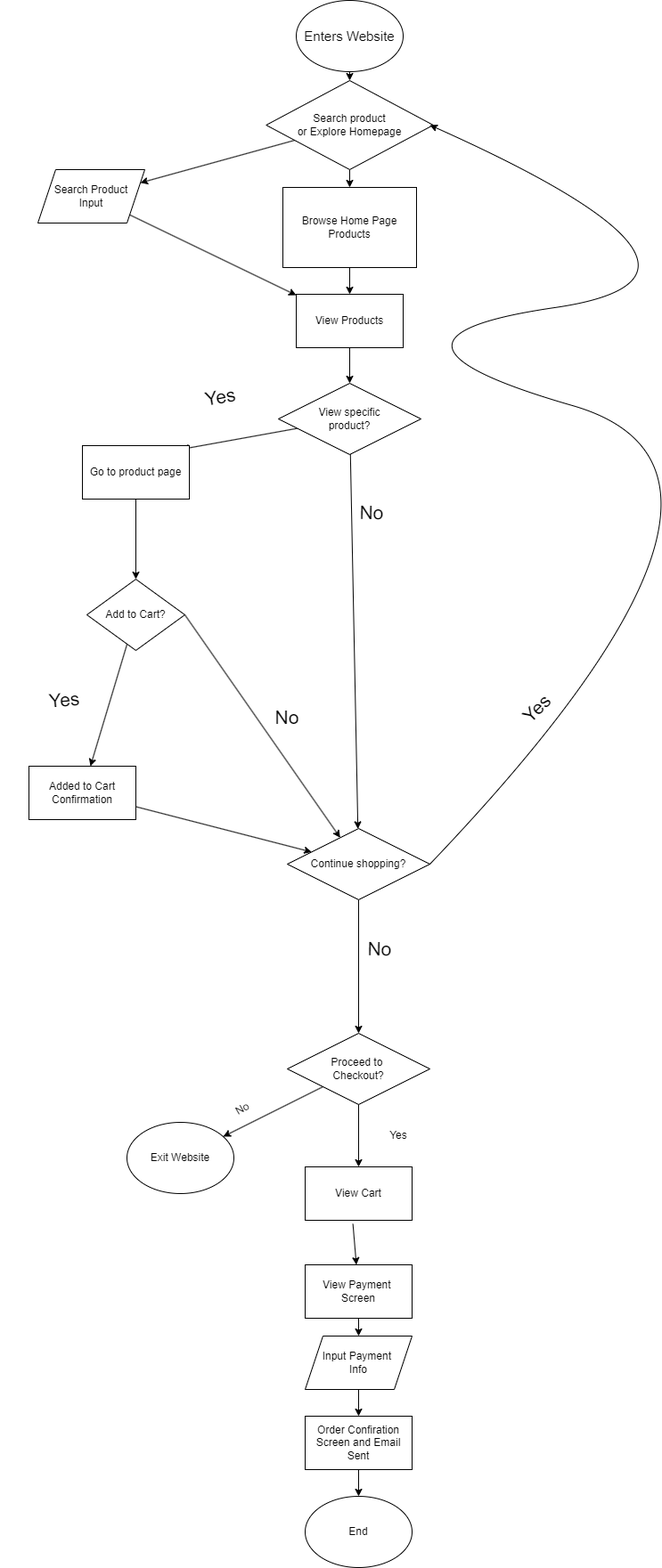
Earlier version of the draw.io export explore/diagramming/diagram.drawio.png (InvertedVoice/sp25-cse110-lab4). Source tidied: cells renumbered, new cells last; positions are measured from the earlier drawing's top-left corner, leaving out a move shared by most shapes. The source it was exported from:
```xml
<mxGraphModel>
  <root>
    <mxCell id="0" />
    <mxCell id="1" parent="0" />
    <mxCell id="2" style="edgeStyle=none;html=1;" parent="1" edge="1" source="3" target="6">
      <mxGeometry relative="1" as="geometry" />
    </mxCell>
    <mxCell id="3" value="&lt;font style=&quot;font-size: 15px;&quot;&gt;Enters Website&lt;/font&gt;" style="ellipse;whiteSpace=wrap;html=1;" parent="1" vertex="1">
      <mxGeometry x="330" width="120" height="80" as="geometry" />
    </mxCell>
    <mxCell id="4" style="edgeStyle=none;html=1;" parent="1" edge="1" source="6" target="8">
      <mxGeometry relative="1" as="geometry" />
    </mxCell>
    <mxCell id="5" style="edgeStyle=none;html=1;" parent="1" edge="1" source="6" target="10">
      <mxGeometry relative="1" as="geometry" />
    </mxCell>
    <mxCell id="6" value="Search product&lt;div&gt;or Explore Homepage&lt;/div&gt;" style="rhombus;whiteSpace=wrap;html=1;" parent="1" vertex="1">
      <mxGeometry x="296.2" y="90" width="187.5" height="100" as="geometry" />
    </mxCell>
    <mxCell id="7" style="edgeStyle=none;html=1;" parent="1" edge="1" source="8" target="12">
      <mxGeometry relative="1" as="geometry" />
    </mxCell>
    <mxCell id="8" value="Search Product&lt;div&gt;Input&lt;/div&gt;" style="shape=parallelogram;perimeter=parallelogramPerimeter;whiteSpace=wrap;html=1;fixedSize=1;" parent="1" vertex="1">
      <mxGeometry x="40" y="190" width="120" height="60" as="geometry" />
    </mxCell>
    <mxCell id="9" style="edgeStyle=none;html=1;entryX=0.5;entryY=0;entryDx=0;entryDy=0;" parent="1" edge="1" source="10" target="12">
      <mxGeometry relative="1" as="geometry" />
    </mxCell>
    <mxCell id="10" value="Browse Home Page&lt;div&gt;Products&lt;/div&gt;" style="rounded=0;whiteSpace=wrap;html=1;" parent="1" vertex="1">
      <mxGeometry x="315" y="210" width="150" height="90" as="geometry" />
    </mxCell>
    <mxCell id="11" style="edgeStyle=none;html=1;" parent="1" edge="1" source="12" target="28">
      <mxGeometry relative="1" as="geometry" />
    </mxCell>
    <mxCell id="12" value="View Products" style="rounded=0;whiteSpace=wrap;html=1;" parent="1" vertex="1">
      <mxGeometry x="330" y="330" width="120" height="60" as="geometry" />
    </mxCell>
    <mxCell id="13" value="End" style="ellipse;whiteSpace=wrap;html=1;" parent="1" vertex="1">
      <mxGeometry x="340" y="1680" width="120" height="80" as="geometry" />
    </mxCell>
    <mxCell id="14" style="edgeStyle=none;html=1;" parent="1" edge="1" source="15" target="13">
      <mxGeometry relative="1" as="geometry" />
    </mxCell>
    <mxCell id="15" value="Order Confiration Screen and Email Sent" style="rounded=0;whiteSpace=wrap;html=1;" parent="1" vertex="1">
      <mxGeometry x="340" y="1590" width="120" height="60" as="geometry" />
    </mxCell>
    <mxCell id="16" style="edgeStyle=none;html=1;" parent="1" edge="1" source="17" target="15">
      <mxGeometry relative="1" as="geometry" />
    </mxCell>
    <mxCell id="17" value="Input Payment&amp;nbsp;&lt;div&gt;Info&lt;/div&gt;" style="shape=parallelogram;perimeter=parallelogramPerimeter;whiteSpace=wrap;html=1;fixedSize=1;" parent="1" vertex="1">
      <mxGeometry x="340" y="1500" width="120" height="60" as="geometry" />
    </mxCell>
    <mxCell id="18" style="edgeStyle=none;html=1;" parent="1" edge="1" source="19" target="17">
      <mxGeometry relative="1" as="geometry" />
    </mxCell>
    <mxCell id="19" value="View Payment&amp;nbsp;&lt;div&gt;Screen&lt;/div&gt;" style="rounded=0;whiteSpace=wrap;html=1;" parent="1" vertex="1">
      <mxGeometry x="340" y="1420" width="120" height="60" as="geometry" />
    </mxCell>
    <mxCell id="20" style="edgeStyle=none;html=1;exitX=0.447;exitY=1.069;exitDx=0;exitDy=0;exitPerimeter=0;" parent="1" edge="1" source="21" target="19">
      <mxGeometry relative="1" as="geometry" />
    </mxCell>
    <mxCell id="21" value="View Cart" style="rounded=0;whiteSpace=wrap;html=1;" parent="1" vertex="1">
      <mxGeometry x="340" y="1310" width="120" height="60" as="geometry" />
    </mxCell>
    <mxCell id="22" style="edgeStyle=none;html=1;" parent="1" edge="1" source="24" target="25">
      <mxGeometry relative="1" as="geometry" />
    </mxCell>
    <mxCell id="23" style="edgeStyle=none;html=1;" parent="1" edge="1" source="24" target="21">
      <mxGeometry relative="1" as="geometry" />
    </mxCell>
    <mxCell id="24" value="Proceed to&amp;nbsp;&lt;div&gt;Checkout?&lt;/div&gt;" style="rhombus;whiteSpace=wrap;html=1;" parent="1" vertex="1">
      <mxGeometry x="320" y="1160" width="160" height="80" as="geometry" />
    </mxCell>
    <mxCell id="25" value="Exit Website" style="ellipse;whiteSpace=wrap;html=1;" parent="1" vertex="1">
      <mxGeometry x="140" y="1260" width="120" height="80" as="geometry" />
    </mxCell>
    <mxCell id="26" style="edgeStyle=none;html=1;entryX=0.928;entryY=0.067;entryDx=0;entryDy=0;entryPerimeter=0;" parent="1" edge="1" source="28" target="30">
      <mxGeometry relative="1" as="geometry" />
    </mxCell>
    <mxCell id="27" style="edgeStyle=none;html=1;" parent="1" edge="1" source="28" target="33">
      <mxGeometry relative="1" as="geometry" />
    </mxCell>
    <mxCell id="28" value="View specific&lt;div&gt;product?&lt;/div&gt;" style="rhombus;whiteSpace=wrap;html=1;" parent="1" vertex="1">
      <mxGeometry x="310" y="430" width="160" height="80" as="geometry" />
    </mxCell>
    <mxCell id="29" style="edgeStyle=none;html=1;" parent="1" edge="1" source="30" target="39">
      <mxGeometry relative="1" as="geometry" />
    </mxCell>
    <mxCell id="30" value="Go to product page" style="rounded=0;whiteSpace=wrap;html=1;" parent="1" vertex="1">
      <mxGeometry x="90" y="500" width="120" height="60" as="geometry" />
    </mxCell>
    <mxCell id="31" value="No" style="text;html=1;align=center;verticalAlign=middle;whiteSpace=wrap;rounded=0;rotation=-30;" parent="1" vertex="1">
      <mxGeometry x="240" y="1230" width="60" height="30" as="geometry" />
    </mxCell>
    <mxCell id="32" style="edgeStyle=none;html=1;" parent="1" edge="1" source="33" target="24">
      <mxGeometry relative="1" as="geometry" />
    </mxCell>
    <mxCell id="33" value="Continue shopping?" style="rhombus;whiteSpace=wrap;html=1;" parent="1" vertex="1">
      <mxGeometry x="320" y="930" width="160" height="80" as="geometry" />
    </mxCell>
    <mxCell id="34" value="Yes" style="text;html=1;align=center;verticalAlign=middle;whiteSpace=wrap;rounded=0;rotation=0;" parent="1" vertex="1">
      <mxGeometry x="415" y="1260" width="60" height="30" as="geometry" />
    </mxCell>
    <mxCell id="35" style="curved=1;endArrow=classic;html=1;entryX=1;entryY=0.5;entryDx=0;entryDy=0;exitX=1;exitY=0.5;exitDx=0;exitDy=0;" parent="1" edge="1" source="33">
      <mxGeometry relative="1" as="geometry">
        <mxPoint x="480" y="140" as="targetPoint" />
        <Array as="points">
          <mxPoint x="900" y="530" />
          <mxPoint x="380" y="380" />
          <mxPoint x="860" y="310" />
        </Array>
      </mxGeometry>
    </mxCell>
    <mxCell id="36" value="&lt;font style=&quot;font-size: 21px;&quot;&gt;Yes&lt;/font&gt;" style="text;html=1;align=center;verticalAlign=middle;whiteSpace=wrap;rounded=0;rotation=-45;" parent="1" vertex="1">
      <mxGeometry x="530" y="760" width="140" height="70" as="geometry" />
    </mxCell>
    <mxCell id="37" value="&lt;font style=&quot;font-size: 21px;&quot;&gt;No&lt;/font&gt;" style="text;html=1;align=center;verticalAlign=middle;whiteSpace=wrap;rounded=0;rotation=1;" parent="1" vertex="1">
      <mxGeometry x="353.8" y="1030" width="140" height="70" as="geometry" />
    </mxCell>
    <mxCell id="38" style="edgeStyle=none;html=1;" parent="1" edge="1" source="39" target="43">
      <mxGeometry relative="1" as="geometry" />
    </mxCell>
    <mxCell id="39" value="Add to Cart?" style="rhombus;whiteSpace=wrap;html=1;" parent="1" vertex="1">
      <mxGeometry x="95" y="650" width="110" height="80" as="geometry" />
    </mxCell>
    <mxCell id="40" value="&lt;font style=&quot;font-size: 21px;&quot;&gt;No&lt;/font&gt;" style="text;html=1;align=center;verticalAlign=middle;whiteSpace=wrap;rounded=0;rotation=1;" parent="1" vertex="1">
      <mxGeometry x="345" y="540" width="140" height="70" as="geometry" />
    </mxCell>
    <mxCell id="41" value="&lt;font style=&quot;font-size: 21px;&quot;&gt;Yes&lt;/font&gt;" style="text;html=1;align=center;verticalAlign=middle;whiteSpace=wrap;rounded=0;rotation=-10;" parent="1" vertex="1">
      <mxGeometry x="175" y="410" width="140" height="70" as="geometry" />
    </mxCell>
    <mxCell id="42" style="edgeStyle=none;html=1;" parent="1" edge="1" source="43" target="33">
      <mxGeometry relative="1" as="geometry" />
    </mxCell>
    <mxCell id="43" value="Added to Cart Confirmation" style="rounded=0;whiteSpace=wrap;html=1;" parent="1" vertex="1">
      <mxGeometry x="30" y="860" width="120" height="60" as="geometry" />
    </mxCell>
    <mxCell id="44" value="&lt;font style=&quot;font-size: 21px;&quot;&gt;Yes&lt;/font&gt;" style="text;html=1;align=center;verticalAlign=middle;whiteSpace=wrap;rounded=0;rotation=-5;" parent="1" vertex="1">
      <mxGeometry y="750" width="140" height="70" as="geometry" />
    </mxCell>
    <mxCell id="45" style="endArrow=classic;html=1;exitX=1;exitY=0.5;exitDx=0;exitDy=0;" parent="1" edge="1" source="39" target="33">
      <mxGeometry relative="1" as="geometry" />
    </mxCell>
    <mxCell id="46" value="&lt;font style=&quot;font-size: 21px;&quot;&gt;No&lt;/font&gt;" style="text;html=1;align=center;verticalAlign=middle;whiteSpace=wrap;rounded=0;rotation=0;" parent="1" vertex="1">
      <mxGeometry x="250" y="770" width="140" height="70" as="geometry" />
    </mxCell>
  </root>
</mxGraphModel>
```
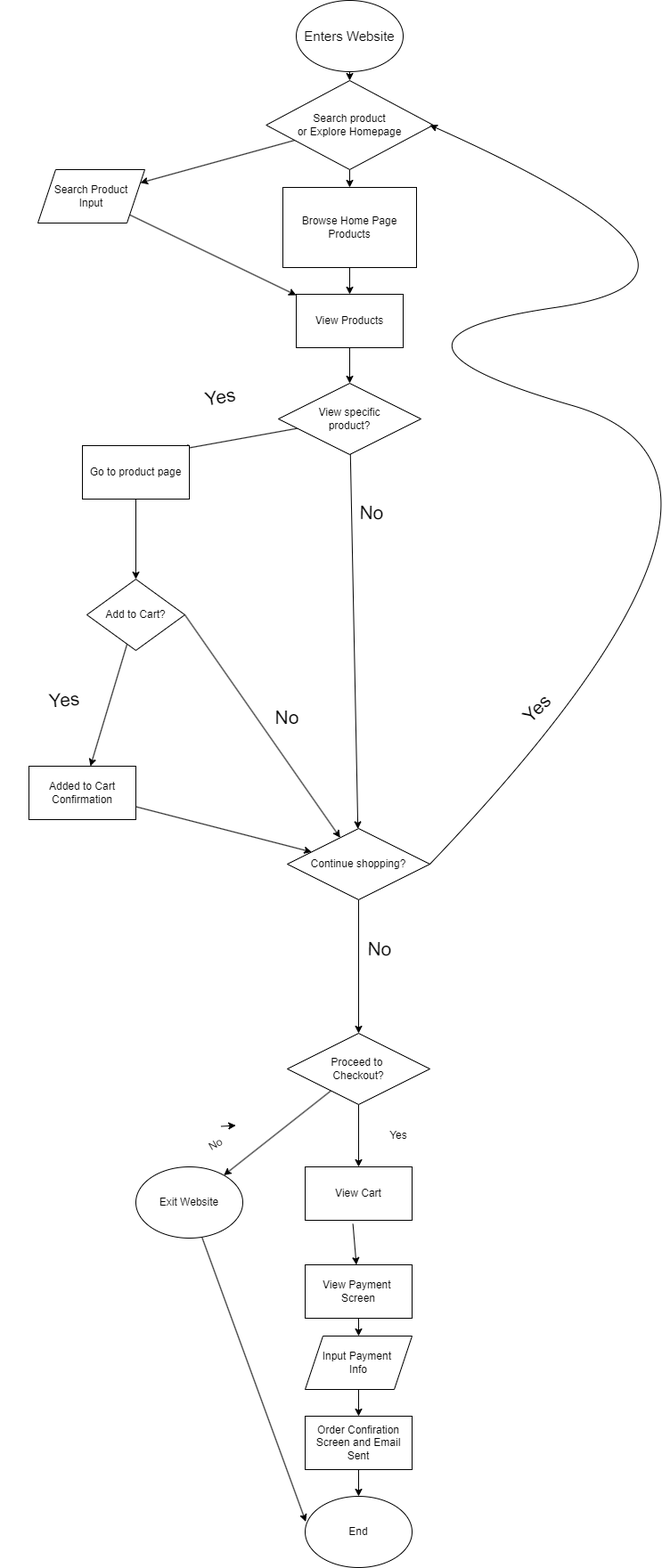
After the change.

Diff of the diagram source:
```diff
@@ -71,8 +71,11 @@
     <mxCell id="24" value="Proceed to&amp;nbsp;&lt;div&gt;Checkout?&lt;/div&gt;" style="rhombus;whiteSpace=wrap;html=1;" parent="1" vertex="1">
       <mxGeometry x="320" y="1160" width="160" height="80" as="geometry" />
     </mxCell>
+    <mxCell id="47" style="edgeStyle=none;html=1;entryX=0.006;entryY=0.356;entryDx=0;entryDy=0;entryPerimeter=0;" parent="1" edge="1" source="25" target="13">
+      <mxGeometry relative="1" as="geometry" />
+    </mxCell>
     <mxCell id="25" value="Exit Website" style="ellipse;whiteSpace=wrap;html=1;" parent="1" vertex="1">
-      <mxGeometry x="140" y="1260" width="120" height="80" as="geometry" />
+      <mxGeometry x="150" y="1310" width="120" height="80" as="geometry" />
     </mxCell>
     <mxCell id="26" style="edgeStyle=none;html=1;entryX=0.928;entryY=0.067;entryDx=0;entryDy=0;entryPerimeter=0;" parent="1" edge="1" source="28" target="30">
       <mxGeometry relative="1" as="geometry" />
@@ -90,7 +93,7 @@
       <mxGeometry x="90" y="500" width="120" height="60" as="geometry" />
     </mxCell>
     <mxCell id="31" value="No" style="text;html=1;align=center;verticalAlign=middle;whiteSpace=wrap;rounded=0;rotation=-30;" parent="1" vertex="1">
-      <mxGeometry x="240" y="1230" width="60" height="30" as="geometry" />
+      <mxGeometry x="210" y="1270" width="60" height="30" as="geometry" />
     </mxCell>
     <mxCell id="32" style="edgeStyle=none;html=1;" parent="1" edge="1" source="33" target="24">
       <mxGeometry relative="1" as="geometry" />
@@ -144,5 +147,8 @@
     <mxCell id="46" value="&lt;font style=&quot;font-size: 21px;&quot;&gt;No&lt;/font&gt;" style="text;html=1;align=center;verticalAlign=middle;whiteSpace=wrap;rounded=0;rotation=0;" parent="1" vertex="1">
       <mxGeometry x="250" y="770" width="140" height="70" as="geometry" />
     </mxCell>
+    <mxCell id="48" style="edgeStyle=none;html=1;exitX=0.75;exitY=0;exitDx=0;exitDy=0;entryX=1;entryY=0.25;entryDx=0;entryDy=0;" parent="1" edge="1" source="31" target="31">
+      <mxGeometry relative="1" as="geometry" />
+    </mxCell>
   </root>
 </mxGraphModel>
```
